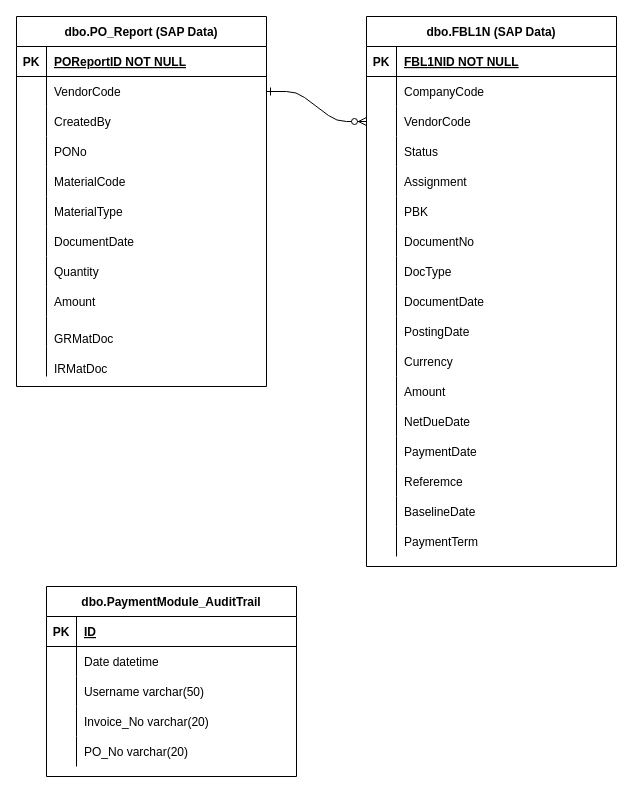
Royet07/Ajax-CRUD-Snippet keeps this draw.io diagram as Untitled Diagram.drawio. Above is the earlier version. Source tidied: cells renumbered, new cells numbered last; positions are measured from the earlier drawing's top-left corner, leaving out a move shared by most shapes. Both pictures are drawn from the tidied source at 100%, with x=0, y=0 at pixel (16, 16).
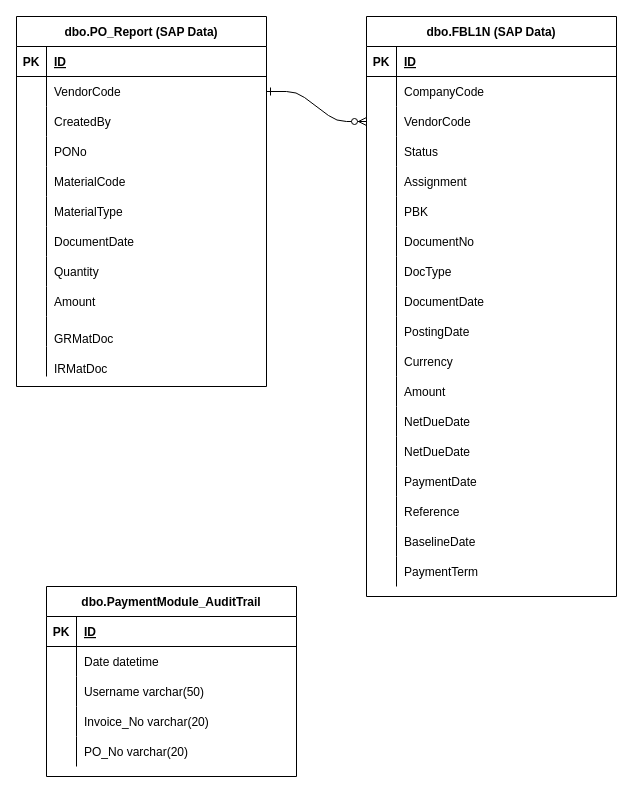
The same diagram, later.

Unchanged cells that the change refers to:
```xml
<mxCell id="19" style="shape=partialRectangle;fillColor=none;top=0;left=0;right=0;bottom=1;" parent="18" vertex="1">
  <mxGeometry y="30" width="250" height="30" as="geometry" />
</mxCell>
<mxCell id="53" style="shape=partialRectangle;fillColor=none;top=0;left=0;right=0;bottom=1;" parent="52" vertex="1">
  <mxGeometry y="30" width="250" height="30" as="geometry" />
</mxCell>
```

Diff of the diagram source:
```diff
@@
-    <mxCell id="21" value="POReportID NOT NULL" style="shape=partialRectangle;overflow=hidden;fillColor=none;top=0;left=0;bottom=0;right=0;align=left;spacingLeft=6;fontStyle=5;" parent="19" vertex="1">
+    <mxCell id="21" value="ID" style="shape=partialRectangle;overflow=hidden;fillColor=none;top=0;left=0;bottom=0;right=0;align=left;spacingLeft=6;fontStyle=5;" parent="19" vertex="1">
       <mxGeometry x="30" width="220" height="30" as="geometry" />
     </mxCell>
@@
     <mxCell id="52" value="dbo.FBL1N (SAP Data)" style="shape=table;startSize=30;childLayout=tableLayout;rowLines=0;fontStyle=1;align=center;" parent="1" vertex="1">
-      <mxGeometry x="350" width="250" height="550" as="geometry" />
+      <mxGeometry x="350" width="250" height="580" as="geometry" />
     </mxCell>
@@
-    <mxCell id="55" value="FBL1NID NOT NULL" style="shape=partialRectangle;overflow=hidden;fillColor=none;top=0;left=0;bottom=0;right=0;align=left;spacingLeft=6;fontStyle=5;" parent="53" vertex="1">
+    <mxCell id="55" value="ID" style="shape=partialRectangle;overflow=hidden;fillColor=none;top=0;left=0;bottom=0;right=0;align=left;spacingLeft=6;fontStyle=5;" parent="53" vertex="1">
       <mxGeometry x="30" width="220" height="30" as="geometry" />
     </mxCell>
@@
+    <mxCell id="105" style="shape=partialRectangle;fillColor=none;top=0;left=0;right=0;bottom=0;" parent="52" vertex="1">
+      <mxGeometry y="420" width="250" height="30" as="geometry" />
+    </mxCell>
+    <mxCell id="106" style="shape=partialRectangle;overflow=hidden;fillColor=none;top=0;left=0;bottom=0;right=0;" parent="105" vertex="1">
+      <mxGeometry width="30" height="30" as="geometry" />
+    </mxCell>
+    <mxCell id="107" value="NetDueDate" style="shape=partialRectangle;overflow=hidden;fillColor=none;top=0;left=0;bottom=0;right=0;align=left;spacingLeft=6;" parent="105" vertex="1">
+      <mxGeometry x="30" width="220" height="30" as="geometry" />
+    </mxCell>
     <mxCell id="92" style="shape=partialRectangle;fillColor=none;top=0;left=0;right=0;bottom=0;" parent="52" vertex="1">
-      <mxGeometry y="420" width="250" height="30" as="geometry" />
+      <mxGeometry y="450" width="250" height="30" as="geometry" />
     </mxCell>
@@
     <mxCell id="95" style="shape=partialRectangle;fillColor=none;top=0;left=0;right=0;bottom=0;" parent="52" vertex="1">
-      <mxGeometry y="450" width="250" height="30" as="geometry" />
+      <mxGeometry y="480" width="250" height="30" as="geometry" />
     </mxCell>
@@
-    <mxCell id="97" value="Referemce" style="shape=partialRectangle;overflow=hidden;fillColor=none;top=0;left=0;bottom=0;right=0;align=left;spacingLeft=6;" parent="95" vertex="1">
+    <mxCell id="97" value="Reference" style="shape=partialRectangle;overflow=hidden;fillColor=none;top=0;left=0;bottom=0;right=0;align=left;spacingLeft=6;" parent="95" vertex="1">
       <mxGeometry x="30" width="220" height="30" as="geometry" />
     </mxCell>
     <mxCell id="98" style="shape=partialRectangle;fillColor=none;top=0;left=0;right=0;bottom=0;" parent="52" vertex="1">
-      <mxGeometry y="480" width="250" height="30" as="geometry" />
+      <mxGeometry y="510" width="250" height="30" as="geometry" />
     </mxCell>
@@
     <mxCell id="101" style="shape=partialRectangle;fillColor=none;top=0;left=0;right=0;bottom=0;" parent="52" vertex="1">
-      <mxGeometry y="510" width="250" height="30" as="geometry" />
+      <mxGeometry y="540" width="250" height="30" as="geometry" />
     </mxCell>
```
